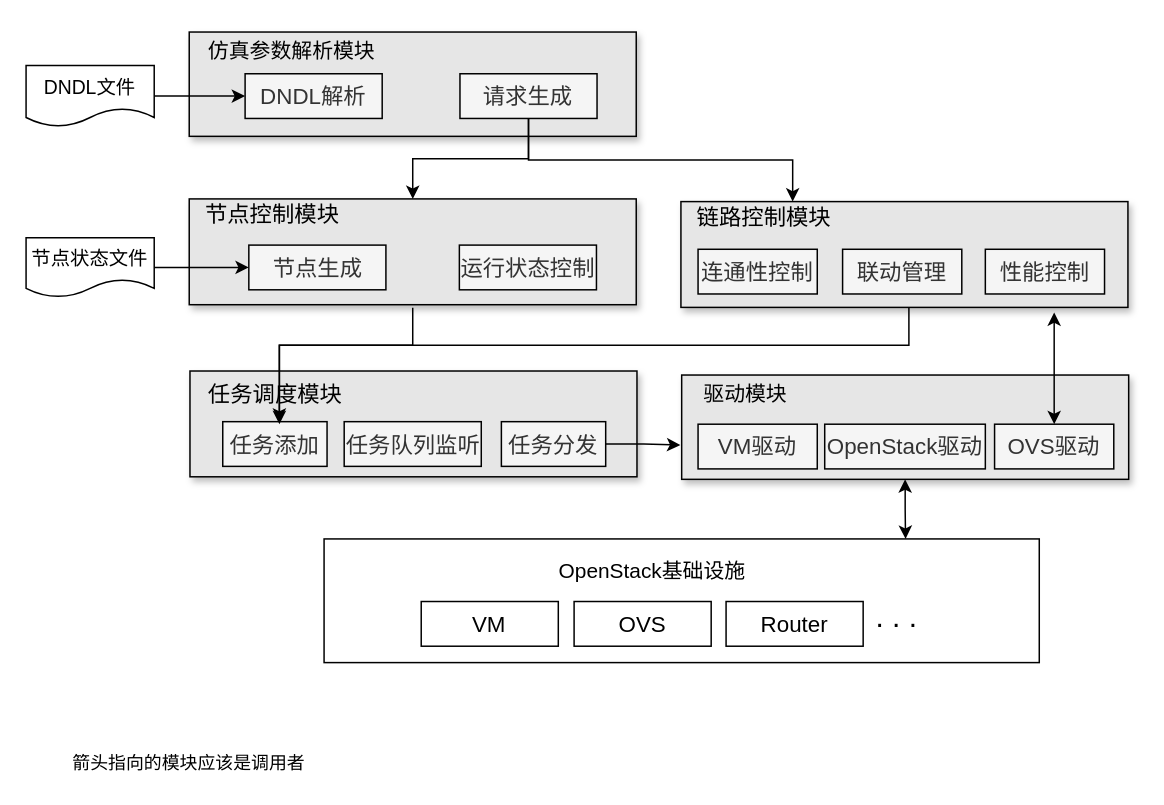
Before: page "0712_原型系统架构" (2 of 6) of 网络仿真系统.drawio in Icarus1994/neutron_conf, a draw.io diagram. Source tidied: cells renumbered, new cells numbered last; positions are measured from the earlier drawing's top-left corner, leaving out a move shared by most shapes. Both pictures are drawn from the tidied source at 149%, with x=0, y=0 at pixel (25, 31).
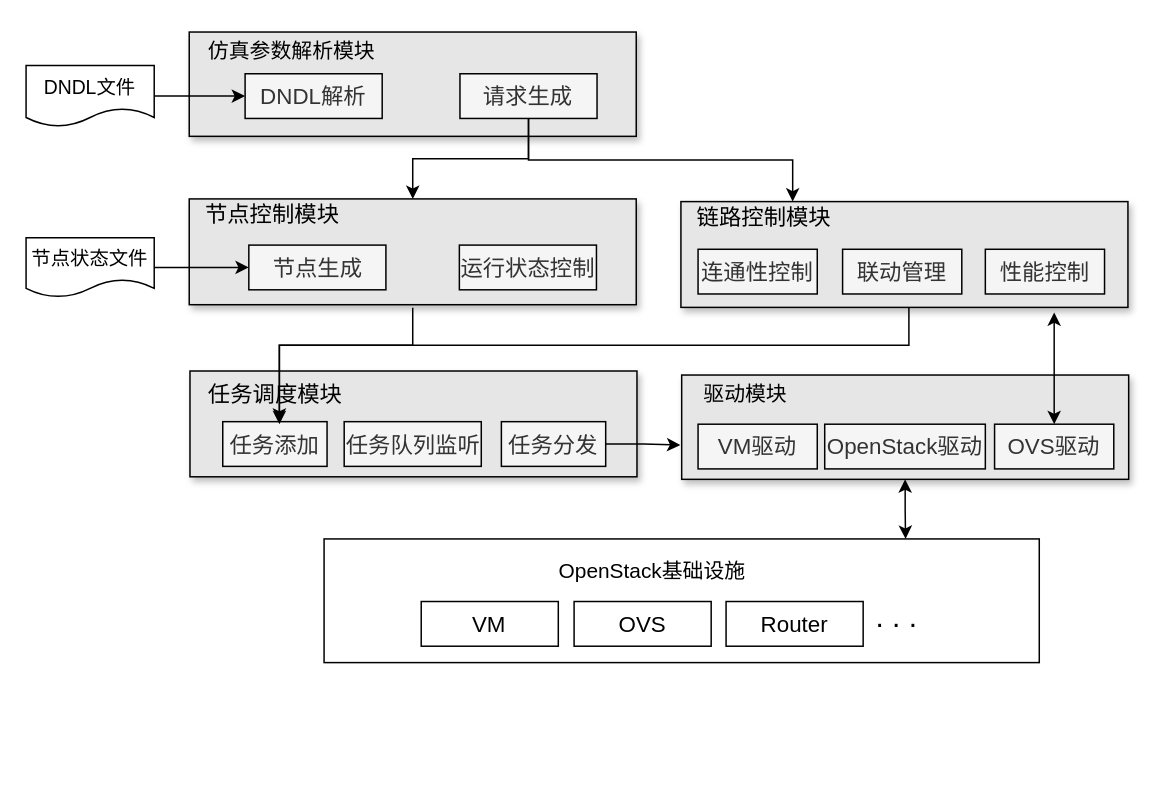
After the change.

Commit message:
Update 网络仿真系统.drawio

What changed in the source:
```diff
@@
-    <mxCell id="41" value="箭头指向的模块应该是调用者&lt;br&gt;" style="text;html=1;align=center;verticalAlign=middle;" parent="1" vertex="1">
-      <mxGeometry x="24" y="481" width="170" height="20" as="geometry" />
-    </mxCell>
```
